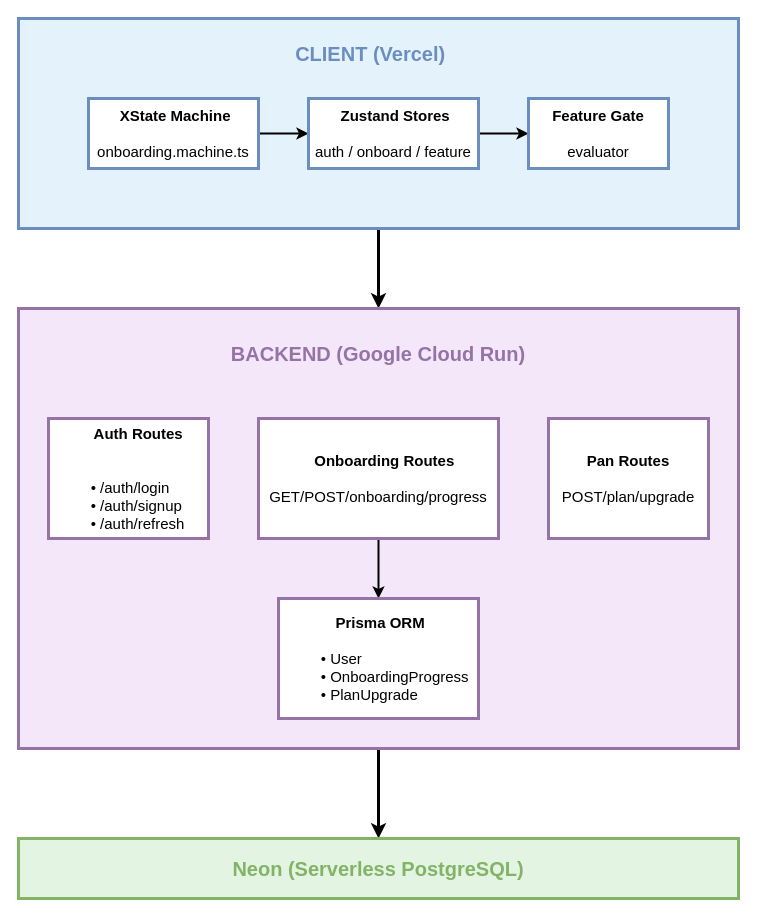
The draw.io diagram assets/Architectural Diagram.drawio in AhmedIsmailKhalid/Pipeflow-Onboarding-Flow-with-Feature-Gating, before the edit. Source tidied: cells renumbered, new cells numbered last; positions are measured from the earlier drawing's top-left corner, leaving out a move shared by most shapes. Both pictures are drawn from the tidied source at 100%, with x=0, y=0 at pixel (18, 18).
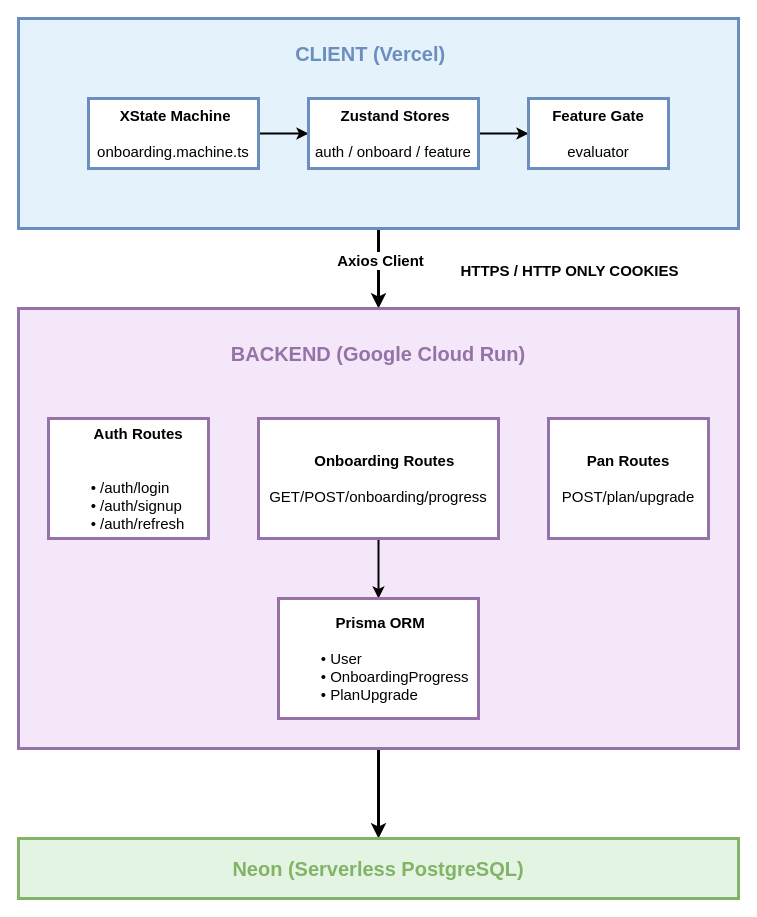
The same page after the edit.

Commit message (it also covers changes not shown here):
Updating Diagrams + frontend workflows

The change refers to these unchanged cells:
```xml
<mxCell id="2" style="edgeStyle=orthogonalEdgeStyle;rounded=0;jettySize=auto;html=1;strokeWidth=3;" parent="1" edge="1" source="3" target="11">
  <mxGeometry relative="1" as="geometry" />
</mxCell>
```

Diff of the diagram source:
```diff
@@
+    <mxCell id="19" value="HTTPS / HTTP ONLY COOKIES" style="edgeLabel;html=1;align=center;verticalAlign=middle;fontStyle=1;fontSize=15;" parent="2" vertex="1">
+      <mxGeometry x="-0.75" y="2" relative="1" as="geometry">
+        <mxPoint x="188" y="31" as="offset" />
+      </mxGeometry>
+    </mxCell>
+    <mxCell id="20" value="&lt;b&gt;Axios Client&lt;/b&gt;" style="edgeLabel;html=1;align=center;verticalAlign=middle;fontSize=15;" parent="2" vertex="1">
+      <mxGeometry x="-0.41" y="1" relative="1" as="geometry">
+        <mxPoint y="7" as="offset" />
+      </mxGeometry>
+    </mxCell>
```
